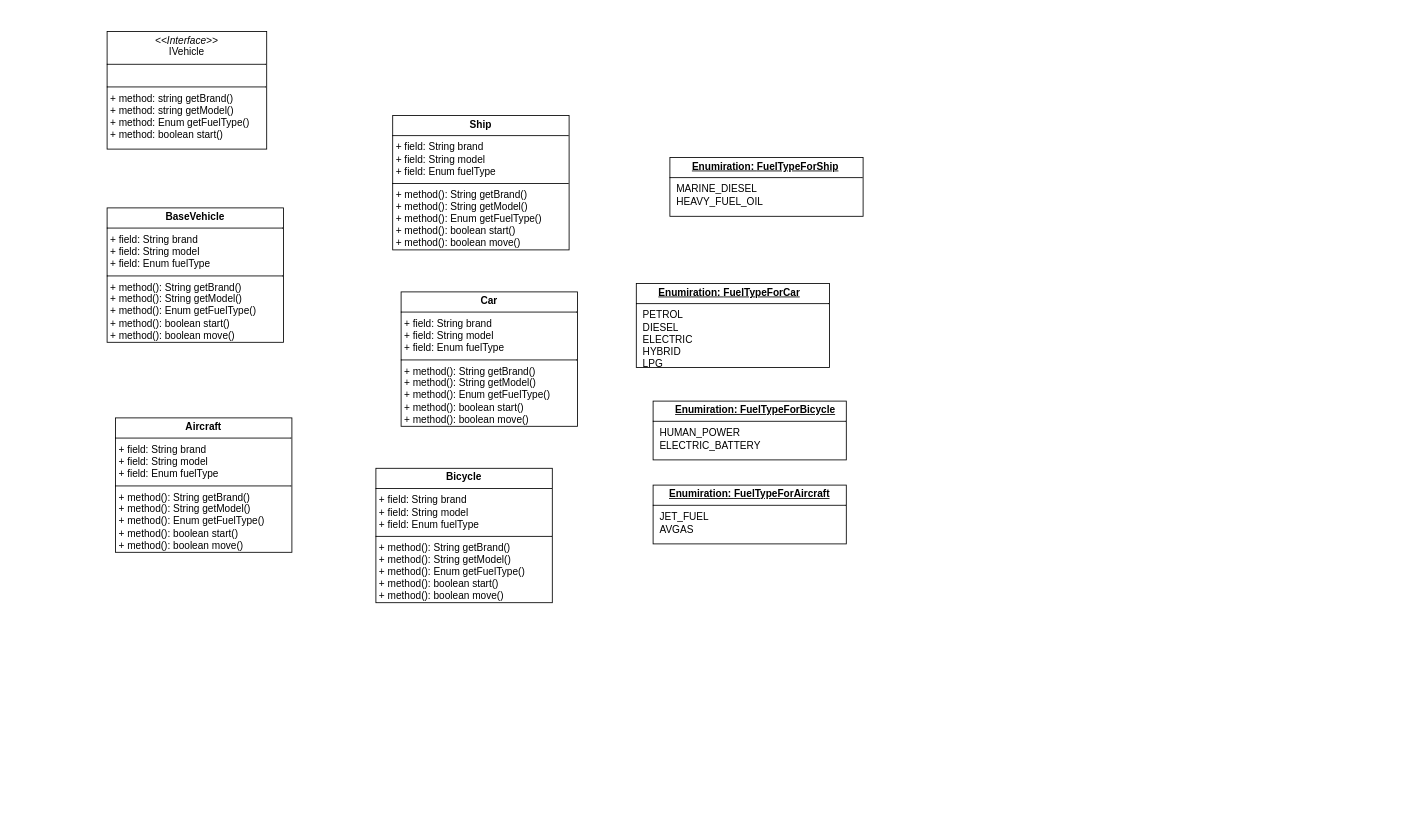
Before: VersionControlSystemsAdvancedOOP/Untitled Diagram.drawio in ilya-lobov-prog/java-Course, a draw.io diagram. Source tidied: cells renumbered, new cells numbered last; positions are measured from the earlier drawing's top-left corner, leaving out a move shared by most shapes. Both pictures are drawn from the tidied source at 84%, with x=0, y=0 at pixel (107, 31).
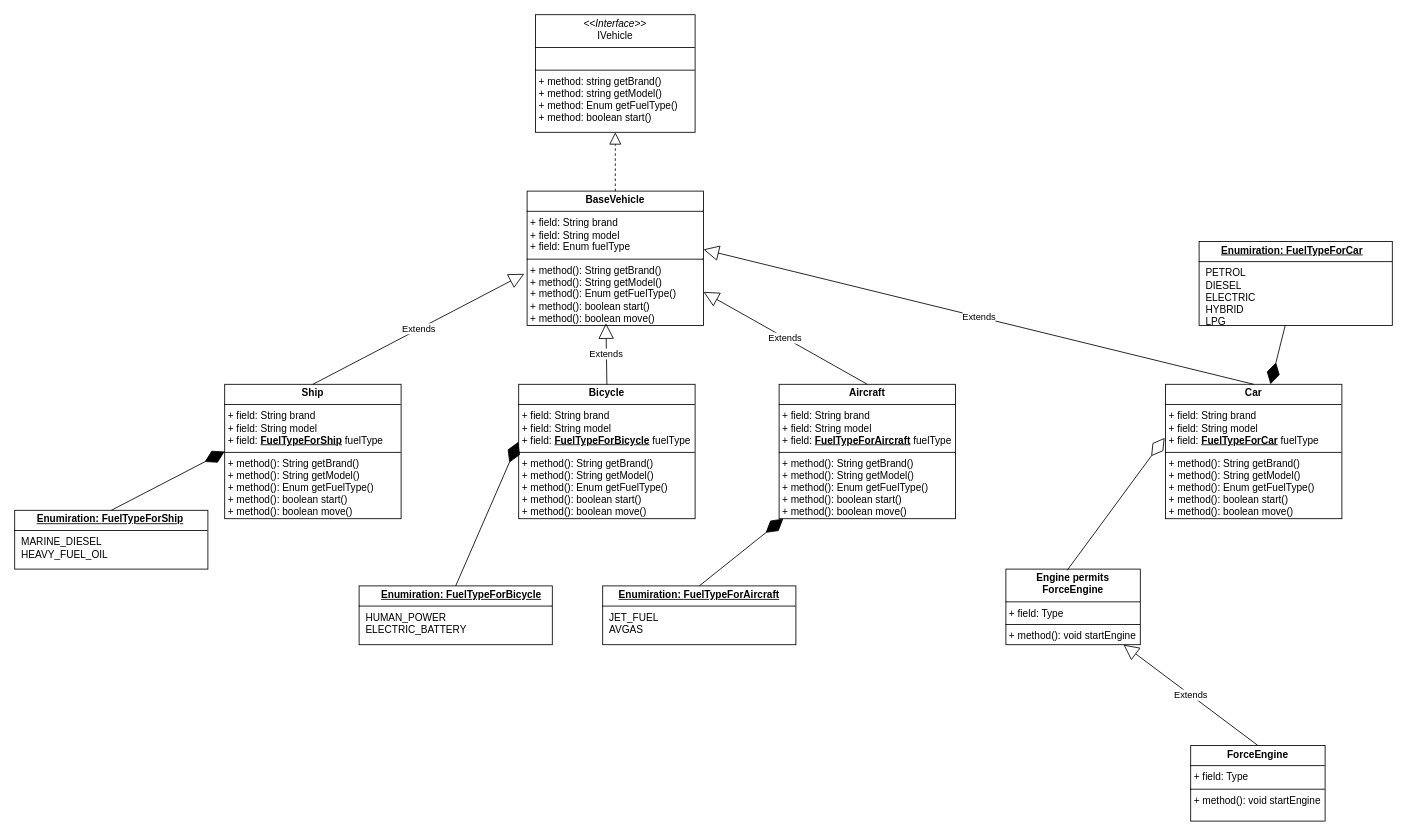
Above is the later version.

Commit message:
новая uml диаграмма

What changed in the source:
```diff
@@
     <mxCell id="2" value="&lt;p style=&quot;margin:0px;margin-top:4px;text-align:center;&quot;&gt;&lt;i&gt;&amp;lt;&amp;lt;Interface&amp;gt;&amp;gt;&lt;/i&gt;&lt;br&gt;IVehicle&lt;/p&gt;&lt;hr size=&quot;1&quot; style=&quot;border-style:solid;&quot;&gt;&lt;p style=&quot;margin:0px;margin-left:4px;&quot;&gt;&lt;br&gt;&lt;/p&gt;&lt;hr size=&quot;1&quot; style=&quot;border-style:solid;&quot;&gt;&lt;p style=&quot;margin:0px;margin-left:4px;&quot;&gt;+ method: string getBrand()&lt;/p&gt;&lt;p style=&quot;margin:0px;margin-left:4px;&quot;&gt;+ method: string getModel()&lt;br&gt;+ method: Enum getFuelType()&lt;/p&gt;&lt;p style=&quot;margin:0px;margin-left:4px;&quot;&gt;+ method:&amp;nbsp;boolean start()&lt;/p&gt;" style="verticalAlign=top;align=left;overflow=fill;html=1;whiteSpace=wrap;" parent="1" vertex="1">
-      <mxGeometry width="190" height="140" as="geometry" />
+      <mxGeometry x="510" y="-20" width="190" height="140" as="geometry" />
     </mxCell>
     <mxCell id="3" value="&lt;p style=&quot;margin:0px;margin-top:4px;text-align:center;&quot;&gt;&lt;b&gt;BaseVehicle&lt;/b&gt;&lt;/p&gt;&lt;hr size=&quot;1&quot; style=&quot;border-style:solid;&quot;&gt;&lt;p style=&quot;margin:0px;margin-left:4px;&quot;&gt;+ field: String brand&lt;/p&gt;&lt;p style=&quot;margin:0px;margin-left:4px;&quot;&gt;+ field: String model&lt;/p&gt;&lt;p style=&quot;margin:0px;margin-left:4px;&quot;&gt;+ field: Enum&amp;nbsp;fuelType&lt;/p&gt;&lt;hr size=&quot;1&quot; style=&quot;border-style:solid;&quot;&gt;&lt;p style=&quot;margin:0px;margin-left:4px;&quot;&gt;+ method(): String getBrand()&lt;/p&gt;&lt;p style=&quot;margin:0px;margin-left:4px;&quot;&gt;+ method():&amp;nbsp;String getModel()&lt;/p&gt;&lt;p style=&quot;margin:0px;margin-left:4px;&quot;&gt;+ method():&amp;nbsp;Enum getFuelType()&lt;/p&gt;&lt;p style=&quot;margin:0px;margin-left:4px;&quot;&gt;+ method():&amp;nbsp;boolean start()&lt;/p&gt;&lt;p style=&quot;margin:0px;margin-left:4px;&quot;&gt;+ method():&amp;nbsp;boolean move()&lt;/p&gt;" style="verticalAlign=top;align=left;overflow=fill;html=1;whiteSpace=wrap;" parent="1" vertex="1">
-      <mxGeometry y="210" width="210" height="160" as="geometry" />
+      <mxGeometry x="500" y="190" width="210" height="160" as="geometry" />
     </mxCell>
-    <mxCell id="4" value="&lt;p style=&quot;margin:0px;margin-top:4px;text-align:center;&quot;&gt;&lt;b&gt;Aircraft&lt;/b&gt;&lt;/p&gt;&lt;hr size=&quot;1&quot; style=&quot;border-style:solid;&quot;&gt;&lt;p style=&quot;margin:0px;margin-left:4px;&quot;&gt;+ field: String brand&lt;/p&gt;&lt;p style=&quot;margin:0px;margin-left:4px;&quot;&gt;+ field: String model&lt;/p&gt;&lt;p style=&quot;margin:0px;margin-left:4px;&quot;&gt;+ field: Enum&amp;nbsp;fuelType&lt;/p&gt;&lt;hr size=&quot;1&quot; style=&quot;border-style:solid;&quot;&gt;&lt;p style=&quot;margin:0px;margin-left:4px;&quot;&gt;+ method(): String getBrand()&lt;/p&gt;&lt;p style=&quot;margin:0px;margin-left:4px;&quot;&gt;+ method():&amp;nbsp;String getModel()&lt;/p&gt;&lt;p style=&quot;margin:0px;margin-left:4px;&quot;&gt;+ method():&amp;nbsp;Enum getFuelType()&lt;/p&gt;&lt;p style=&quot;margin:0px;margin-left:4px;&quot;&gt;+ method():&amp;nbsp;boolean start()&lt;/p&gt;&lt;p style=&quot;margin:0px;margin-left:4px;&quot;&gt;+ method():&amp;nbsp;boolean move()&lt;/p&gt;" style="verticalAlign=top;align=left;overflow=fill;html=1;whiteSpace=wrap;" parent="1" vertex="1">
-      <mxGeometry x="10" y="460" width="210" height="160" as="geometry" />
+    <mxCell id="4" value="&lt;p style=&quot;margin:0px;margin-top:4px;text-align:center;&quot;&gt;&lt;b&gt;Aircraft&lt;/b&gt;&lt;/p&gt;&lt;hr size=&quot;1&quot; style=&quot;border-style:solid;&quot;&gt;&lt;p style=&quot;margin:0px;margin-left:4px;&quot;&gt;+ field: String brand&lt;/p&gt;&lt;p style=&quot;margin:0px;margin-left:4px;&quot;&gt;+ field: String model&lt;/p&gt;&lt;p style=&quot;margin:0px;margin-left:4px;&quot;&gt;+ field:&amp;nbsp;&lt;b&gt;&lt;u&gt;FuelTypeForAircraft&lt;/u&gt;&lt;/b&gt;&amp;nbsp;fuelType&lt;/p&gt;&lt;hr size=&quot;1&quot; style=&quot;border-style:solid;&quot;&gt;&lt;p style=&quot;margin:0px;margin-left:4px;&quot;&gt;+ method(): String getBrand()&lt;/p&gt;&lt;p style=&quot;margin:0px;margin-left:4px;&quot;&gt;+ method():&amp;nbsp;String getModel()&lt;/p&gt;&lt;p style=&quot;margin:0px;margin-left:4px;&quot;&gt;+ method():&amp;nbsp;Enum getFuelType()&lt;/p&gt;&lt;p style=&quot;margin:0px;margin-left:4px;&quot;&gt;+ method():&amp;nbsp;boolean start()&lt;/p&gt;&lt;p style=&quot;margin:0px;margin-left:4px;&quot;&gt;+ method():&amp;nbsp;boolean move()&lt;/p&gt;" style="verticalAlign=top;align=left;overflow=fill;html=1;whiteSpace=wrap;" parent="1" vertex="1">
+      <mxGeometry x="800" y="420" width="210" height="160" as="geometry" />
     </mxCell>
-    <mxCell id="5" value="&lt;p style=&quot;margin:0px;margin-top:4px;text-align:center;&quot;&gt;&lt;b&gt;Bicycle&lt;/b&gt;&lt;/p&gt;&lt;hr size=&quot;1&quot; style=&quot;border-style:solid;&quot;&gt;&lt;p style=&quot;margin:0px;margin-left:4px;&quot;&gt;+ field: String brand&lt;/p&gt;&lt;p style=&quot;margin:0px;margin-left:4px;&quot;&gt;+ field: String model&lt;/p&gt;&lt;p style=&quot;margin:0px;margin-left:4px;&quot;&gt;+ field: Enum&amp;nbsp;fuelType&lt;/p&gt;&lt;hr size=&quot;1&quot; style=&quot;border-style:solid;&quot;&gt;&lt;p style=&quot;margin:0px;margin-left:4px;&quot;&gt;+ method(): String getBrand()&lt;/p&gt;&lt;p style=&quot;margin:0px;margin-left:4px;&quot;&gt;+ method():&amp;nbsp;String getModel()&lt;/p&gt;&lt;p style=&quot;margin:0px;margin-left:4px;&quot;&gt;+ method():&amp;nbsp;Enum getFuelType()&lt;/p&gt;&lt;p style=&quot;margin:0px;margin-left:4px;&quot;&gt;+ method():&amp;nbsp;boolean start()&lt;/p&gt;&lt;p style=&quot;margin:0px;margin-left:4px;&quot;&gt;+ method():&amp;nbsp;boolean move()&lt;/p&gt;" style="verticalAlign=top;align=left;overflow=fill;html=1;whiteSpace=wrap;" parent="1" vertex="1">
-      <mxGeometry x="320" y="520" width="210" height="160" as="geometry" />
+    <mxCell id="5" value="&lt;p style=&quot;margin:0px;margin-top:4px;text-align:center;&quot;&gt;&lt;b&gt;Bicycle&lt;/b&gt;&lt;/p&gt;&lt;hr size=&quot;1&quot; style=&quot;border-style:solid;&quot;&gt;&lt;p style=&quot;margin:0px;margin-left:4px;&quot;&gt;+ field: String brand&lt;/p&gt;&lt;p style=&quot;margin:0px;margin-left:4px;&quot;&gt;+ field: String model&lt;/p&gt;&lt;p style=&quot;margin:0px;margin-left:4px;&quot;&gt;+ field:&amp;nbsp;&lt;b&gt;&lt;u&gt;FuelTypeForBicycle&lt;/u&gt;&lt;/b&gt;&amp;nbsp;fuelType&lt;/p&gt;&lt;hr size=&quot;1&quot; style=&quot;border-style:solid;&quot;&gt;&lt;p style=&quot;margin:0px;margin-left:4px;&quot;&gt;+ method(): String getBrand()&lt;/p&gt;&lt;p style=&quot;margin:0px;margin-left:4px;&quot;&gt;+ method():&amp;nbsp;String getModel()&lt;/p&gt;&lt;p style=&quot;margin:0px;margin-left:4px;&quot;&gt;+ method():&amp;nbsp;Enum getFuelType()&lt;/p&gt;&lt;p style=&quot;margin:0px;margin-left:4px;&quot;&gt;+ method():&amp;nbsp;boolean start()&lt;/p&gt;&lt;p style=&quot;margin:0px;margin-left:4px;&quot;&gt;+ method():&amp;nbsp;boolean move()&lt;/p&gt;" style="verticalAlign=top;align=left;overflow=fill;html=1;whiteSpace=wrap;" parent="1" vertex="1">
+      <mxGeometry x="490" y="420" width="210" height="160" as="geometry" />
     </mxCell>
-    <mxCell id="6" value="&lt;p style=&quot;margin:0px;margin-top:4px;text-align:center;&quot;&gt;&lt;b&gt;Car&lt;/b&gt;&lt;/p&gt;&lt;hr size=&quot;1&quot; style=&quot;border-style:solid;&quot;&gt;&lt;p style=&quot;margin:0px;margin-left:4px;&quot;&gt;+ field: String brand&lt;/p&gt;&lt;p style=&quot;margin:0px;margin-left:4px;&quot;&gt;+ field: String model&lt;/p&gt;&lt;p style=&quot;margin:0px;margin-left:4px;&quot;&gt;+ field: Enum&amp;nbsp;fuelType&lt;/p&gt;&lt;hr size=&quot;1&quot; style=&quot;border-style:solid;&quot;&gt;&lt;p style=&quot;margin:0px;margin-left:4px;&quot;&gt;+ method(): String getBrand()&lt;/p&gt;&lt;p style=&quot;margin:0px;margin-left:4px;&quot;&gt;+ method():&amp;nbsp;String getModel()&lt;/p&gt;&lt;p style=&quot;margin:0px;margin-left:4px;&quot;&gt;+ method():&amp;nbsp;Enum getFuelType()&lt;/p&gt;&lt;p style=&quot;margin:0px;margin-left:4px;&quot;&gt;+ method():&amp;nbsp;boolean start()&lt;/p&gt;&lt;p style=&quot;margin:0px;margin-left:4px;&quot;&gt;+ method():&amp;nbsp;boolean move()&lt;/p&gt;" style="verticalAlign=top;align=left;overflow=fill;html=1;whiteSpace=wrap;" parent="1" vertex="1">
-      <mxGeometry x="350" y="310" width="210" height="160" as="geometry" />
+    <mxCell id="6" value="&lt;p style=&quot;margin:0px;margin-top:4px;text-align:center;&quot;&gt;&lt;b&gt;Car&lt;/b&gt;&lt;/p&gt;&lt;hr size=&quot;1&quot; style=&quot;border-style:solid;&quot;&gt;&lt;p style=&quot;margin:0px;margin-left:4px;&quot;&gt;+ field: String brand&lt;/p&gt;&lt;p style=&quot;margin:0px;margin-left:4px;&quot;&gt;+ field: String model&lt;/p&gt;&lt;p style=&quot;margin:0px;margin-left:4px;&quot;&gt;+ field:&amp;nbsp;&lt;b&gt;&lt;u&gt;FuelTypeForCar&lt;/u&gt;&lt;/b&gt;&amp;nbsp;fuelType&lt;/p&gt;&lt;hr size=&quot;1&quot; style=&quot;border-style:solid;&quot;&gt;&lt;p style=&quot;margin:0px;margin-left:4px;&quot;&gt;+ method(): String getBrand()&lt;/p&gt;&lt;p style=&quot;margin:0px;margin-left:4px;&quot;&gt;+ method():&amp;nbsp;String getModel()&lt;/p&gt;&lt;p style=&quot;margin:0px;margin-left:4px;&quot;&gt;+ method():&amp;nbsp;Enum getFuelType()&lt;/p&gt;&lt;p style=&quot;margin:0px;margin-left:4px;&quot;&gt;+ method():&amp;nbsp;boolean start()&lt;/p&gt;&lt;p style=&quot;margin:0px;margin-left:4px;&quot;&gt;+ method():&amp;nbsp;boolean move()&lt;/p&gt;" style="verticalAlign=top;align=left;overflow=fill;html=1;whiteSpace=wrap;" parent="1" vertex="1">
+      <mxGeometry x="1260" y="420" width="210" height="160" as="geometry" />
     </mxCell>
-    <mxCell id="7" value="&lt;p style=&quot;margin:0px;margin-top:4px;text-align:center;&quot;&gt;&lt;b&gt;Ship&lt;/b&gt;&lt;/p&gt;&lt;hr size=&quot;1&quot; style=&quot;border-style:solid;&quot;&gt;&lt;p style=&quot;margin:0px;margin-left:4px;&quot;&gt;+ field: String brand&lt;/p&gt;&lt;p style=&quot;margin:0px;margin-left:4px;&quot;&gt;+ field: String model&lt;/p&gt;&lt;p style=&quot;margin:0px;margin-left:4px;&quot;&gt;+ field: Enum&amp;nbsp;fuelType&lt;/p&gt;&lt;hr size=&quot;1&quot; style=&quot;border-style:solid;&quot;&gt;&lt;p style=&quot;margin:0px;margin-left:4px;&quot;&gt;+ method(): String getBrand()&lt;/p&gt;&lt;p style=&quot;margin:0px;margin-left:4px;&quot;&gt;+ method():&amp;nbsp;String getModel()&lt;/p&gt;&lt;p style=&quot;margin:0px;margin-left:4px;&quot;&gt;+ method():&amp;nbsp;Enum getFuelType()&lt;/p&gt;&lt;p style=&quot;margin:0px;margin-left:4px;&quot;&gt;+ method():&amp;nbsp;boolean start()&lt;/p&gt;&lt;p style=&quot;margin:0px;margin-left:4px;&quot;&gt;+ method():&amp;nbsp;boolean move()&lt;/p&gt;" style="verticalAlign=top;align=left;overflow=fill;html=1;whiteSpace=wrap;" parent="1" vertex="1">
-      <mxGeometry x="340" y="100" width="210" height="160" as="geometry" />
+    <mxCell id="7" value="&lt;p style=&quot;margin:0px;margin-top:4px;text-align:center;&quot;&gt;&lt;b&gt;Ship&lt;/b&gt;&lt;/p&gt;&lt;hr size=&quot;1&quot; style=&quot;border-style:solid;&quot;&gt;&lt;p style=&quot;margin:0px;margin-left:4px;&quot;&gt;+ field: String brand&lt;/p&gt;&lt;p style=&quot;margin:0px;margin-left:4px;&quot;&gt;+ field: String model&lt;/p&gt;&lt;p style=&quot;margin:0px;margin-left:4px;&quot;&gt;+ field:&amp;nbsp;&lt;b&gt;&lt;u&gt;FuelTypeForShip&lt;/u&gt;&lt;/b&gt;&amp;nbsp;fuelType&lt;/p&gt;&lt;hr size=&quot;1&quot; style=&quot;border-style:solid;&quot;&gt;&lt;p style=&quot;margin:0px;margin-left:4px;&quot;&gt;+ method(): String getBrand()&lt;/p&gt;&lt;p style=&quot;margin:0px;margin-left:4px;&quot;&gt;+ method():&amp;nbsp;String getModel()&lt;/p&gt;&lt;p style=&quot;margin:0px;margin-left:4px;&quot;&gt;+ method():&amp;nbsp;Enum getFuelType()&lt;/p&gt;&lt;p style=&quot;margin:0px;margin-left:4px;&quot;&gt;+ method():&amp;nbsp;boolean start()&lt;/p&gt;&lt;p style=&quot;margin:0px;margin-left:4px;&quot;&gt;+ method():&amp;nbsp;boolean move()&lt;/p&gt;" style="verticalAlign=top;align=left;overflow=fill;html=1;whiteSpace=wrap;" parent="1" vertex="1">
+      <mxGeometry x="140" y="420" width="210" height="160" as="geometry" />
     </mxCell>
     <mxCell id="8" value="&lt;p style=&quot;margin: 4px 0px 0px; text-align: center;&quot;&gt;&lt;b style=&quot;text-decoration-line: underline;&quot;&gt;Enumiration:&amp;nbsp;&lt;/b&gt;&lt;span style=&quot;background-color: transparent; text-align: left;&quot;&gt;&lt;b&gt;&lt;u&gt;FuelTypeForAircraft&lt;/u&gt;&lt;/b&gt;&lt;/span&gt;&lt;/p&gt;&lt;hr size=&quot;1&quot; style=&quot;border-style:solid;&quot;&gt;&lt;p style=&quot;margin:0px;margin-left:8px;&quot;&gt;JET_FUEL&lt;br&gt;AVGAS&lt;/p&gt;" style="verticalAlign=top;align=left;overflow=fill;html=1;whiteSpace=wrap;" parent="1" vertex="1">
-      <mxGeometry x="650" y="540" width="230" height="70" as="geometry" />
+      <mxGeometry x="590" y="660" width="230" height="70" as="geometry" />
     </mxCell>
     <mxCell id="9" value="&lt;p style=&quot;text-align: left; margin: 4px 0px 0px;&quot;&gt;&lt;b style=&quot;text-decoration-line: underline;&quot;&gt;&lt;span style=&quot;white-space: pre;&quot;&gt;&#9;&lt;/span&gt;Enumiration:&amp;nbsp;&lt;/b&gt;&lt;span style=&quot;background-color: transparent; text-align: left;&quot;&gt;&lt;b&gt;&lt;u&gt;FuelTypeForBicycle&lt;/u&gt;&lt;/b&gt;&lt;/span&gt;&lt;/p&gt;&lt;hr size=&quot;1&quot; style=&quot;border-style:solid;&quot;&gt;&lt;p style=&quot;margin:0px;margin-left:8px;&quot;&gt;HUMAN_POWER&lt;br&gt;ELECTRIC_BATTERY&lt;/p&gt;" style="verticalAlign=top;align=left;overflow=fill;html=1;whiteSpace=wrap;" parent="1" vertex="1">
-      <mxGeometry x="650" y="440" width="230" height="70" as="geometry" />
+      <mxGeometry x="300" y="660" width="230" height="70" as="geometry" />
     </mxCell>
     <mxCell id="10" value="&lt;p style=&quot;text-align: left; margin: 4px 0px 0px;&quot;&gt;&lt;b style=&quot;text-decoration-line: underline;&quot;&gt;&lt;span style=&quot;white-space: pre;&quot;&gt;&#9;&lt;/span&gt;Enumiration:&amp;nbsp;&lt;/b&gt;&lt;span style=&quot;background-color: transparent;&quot;&gt;&lt;b&gt;&lt;u&gt;FuelTypeForCar&lt;/u&gt;&lt;/b&gt;&lt;/span&gt;&lt;/p&gt;&lt;hr size=&quot;1&quot; style=&quot;border-style:solid;&quot;&gt;&lt;p style=&quot;margin:0px;margin-left:8px;&quot;&gt;PETROL&lt;br&gt;DIESEL&lt;/p&gt;&lt;p style=&quot;margin:0px;margin-left:8px;&quot;&gt;ELECTRIC&lt;/p&gt;&lt;p style=&quot;margin:0px;margin-left:8px;&quot;&gt;HYBRID&lt;/p&gt;&lt;p style=&quot;margin:0px;margin-left:8px;&quot;&gt;LPG&lt;/p&gt;" style="verticalAlign=top;align=left;overflow=fill;html=1;whiteSpace=wrap;" parent="1" vertex="1">
-      <mxGeometry x="630" y="300" width="230" height="100" as="geometry" />
+      <mxGeometry x="1300" y="250" width="230" height="100" as="geometry" />
     </mxCell>
     <mxCell id="11" value="&lt;p style=&quot;text-align: left; margin: 4px 0px 0px;&quot;&gt;&lt;b style=&quot;text-decoration-line: underline;&quot;&gt;&lt;span style=&quot;white-space: pre;&quot;&gt;&#9;&lt;/span&gt;Enumiration:&amp;nbsp;&lt;/b&gt;&lt;span style=&quot;background-color: transparent;&quot;&gt;&lt;b&gt;&lt;u&gt;FuelTypeForShip&lt;/u&gt;&lt;/b&gt;&lt;/span&gt;&lt;/p&gt;&lt;hr size=&quot;1&quot; style=&quot;border-style:solid;&quot;&gt;&lt;p style=&quot;margin:0px;margin-left:8px;&quot;&gt;MARINE_DIESEL&lt;br&gt;HEAVY_FUEL_OIL&lt;/p&gt;" style="verticalAlign=top;align=left;overflow=fill;html=1;whiteSpace=wrap;" parent="1" vertex="1">
-      <mxGeometry x="670" y="150" width="230" height="70" as="geometry" />
+      <mxGeometry x="-110" y="570" width="230" height="70" as="geometry" />
     </mxCell>
+    <mxCell id="12" style="endArrow=block;dashed=1;endFill=0;endSize=12;html=1;rounded=0;exitX=0.5;exitY=0;exitDx=0;exitDy=0;entryX=0.5;entryY=1;entryDx=0;entryDy=0;" parent="1" edge="1" source="3" target="2">
+      <mxGeometry relative="1" as="geometry" />
+    </mxCell>
+    <mxCell id="13" style="endArrow=diamondThin;endFill=1;endSize=24;html=1;rounded=0;exitX=0.5;exitY=0;exitDx=0;exitDy=0;" parent="1" edge="1" source="8" target="4">
+      <mxGeometry relative="1" as="geometry" />
+    </mxCell>
+    <mxCell id="14" style="endArrow=diamondThin;endFill=1;endSize=24;html=1;rounded=0;exitX=0.5;exitY=0;exitDx=0;exitDy=0;entryX=0;entryY=0.5;entryDx=0;entryDy=0;" parent="1" edge="1" source="11" target="7">
+      <mxGeometry relative="1" as="geometry" />
+    </mxCell>
+    <mxCell id="15" style="endArrow=diamondThin;endFill=1;endSize=24;html=1;rounded=0;exitX=0.5;exitY=0;exitDx=0;exitDy=0;entryX=-0.002;entryY=0.428;entryDx=0;entryDy=0;entryPerimeter=0;" parent="1" edge="1" source="9" target="5">
+      <mxGeometry relative="1" as="geometry" />
+    </mxCell>
+    <mxCell id="16" style="endArrow=diamondThin;endFill=1;endSize=24;html=1;rounded=0;" parent="1" edge="1" source="10" target="6">
+      <mxGeometry relative="1" as="geometry" />
+    </mxCell>
+    <mxCell id="17" value="&lt;p style=&quot;margin:0px;margin-top:4px;text-align:center;&quot;&gt;&lt;b&gt;Engine&amp;nbsp;&lt;/b&gt;&lt;span style=&quot;background-color: transparent; text-align: left;&quot;&gt;&lt;b&gt;permits ForceEngine&lt;/b&gt;&lt;/span&gt;&lt;/p&gt;&lt;hr size=&quot;1&quot; style=&quot;border-style:solid;&quot;&gt;&lt;p style=&quot;margin:0px;margin-left:4px;&quot;&gt;+ field: Type&lt;/p&gt;&lt;hr size=&quot;1&quot; style=&quot;border-style:solid;&quot;&gt;&lt;p style=&quot;margin:0px;margin-left:4px;&quot;&gt;+ method(): void startEngine&lt;/p&gt;" style="verticalAlign=top;align=left;overflow=fill;html=1;whiteSpace=wrap;" parent="1" vertex="1">
+      <mxGeometry x="1070" y="640" width="160" height="90" as="geometry" />
+    </mxCell>
+    <mxCell id="18" value="&lt;p style=&quot;margin:0px;margin-top:4px;text-align:center;&quot;&gt;&lt;span style=&quot;background-color: transparent; text-align: left;&quot;&gt;&lt;b&gt;ForceEngine&lt;/b&gt;&lt;/span&gt;&lt;/p&gt;&lt;hr size=&quot;1&quot; style=&quot;border-style:solid;&quot;&gt;&lt;p style=&quot;margin:0px;margin-left:4px;&quot;&gt;+ field: Type&lt;/p&gt;&lt;hr size=&quot;1&quot; style=&quot;border-style:solid;&quot;&gt;&lt;p style=&quot;margin:0px;margin-left:4px;&quot;&gt;+ method(): void startEngine&lt;/p&gt;" style="verticalAlign=top;align=left;overflow=fill;html=1;whiteSpace=wrap;" parent="1" vertex="1">
+      <mxGeometry x="1290" y="850" width="160" height="90" as="geometry" />
+    </mxCell>
+    <mxCell id="19" value="Extends" style="endArrow=block;endSize=16;endFill=0;html=1;rounded=0;exitX=0.5;exitY=0;exitDx=0;exitDy=0;" parent="1" edge="1" source="18" target="17">
+      <mxGeometry relative="1" as="geometry" />
+    </mxCell>
+    <mxCell id="20" value="Extends" style="endArrow=block;endSize=16;endFill=0;html=1;rounded=0;exitX=0.5;exitY=0;exitDx=0;exitDy=0;entryX=1;entryY=0.434;entryDx=0;entryDy=0;entryPerimeter=0;" parent="1" edge="1" source="6" target="3">
+      <mxGeometry relative="1" as="geometry" />
+    </mxCell>
+    <mxCell id="21" value="Extends" style="endArrow=block;endSize=16;endFill=0;html=1;rounded=0;exitX=0.5;exitY=0;exitDx=0;exitDy=0;entryX=1;entryY=0.75;entryDx=0;entryDy=0;" parent="1" edge="1" source="4" target="3">
+      <mxGeometry relative="1" as="geometry" />
+    </mxCell>
+    <mxCell id="22" value="Extends" style="endArrow=block;endSize=16;endFill=0;html=1;rounded=0;exitX=0.5;exitY=0;exitDx=0;exitDy=0;entryX=0.447;entryY=0.983;entryDx=0;entryDy=0;entryPerimeter=0;" parent="1" edge="1" source="5" target="3">
+      <mxGeometry relative="1" as="geometry" />
+    </mxCell>
+    <mxCell id="23" value="Extends" style="endArrow=block;endSize=16;endFill=0;html=1;rounded=0;exitX=0.5;exitY=0;exitDx=0;exitDy=0;entryX=-0.016;entryY=0.616;entryDx=0;entryDy=0;entryPerimeter=0;" parent="1" edge="1" source="7" target="3">
+      <mxGeometry relative="1" as="geometry" />
+    </mxCell>
+    <mxCell id="24" style="endArrow=diamondThin;endFill=0;endSize=24;html=1;rounded=0;entryX=-0.005;entryY=0.399;entryDx=0;entryDy=0;entryPerimeter=0;exitX=0.456;exitY=0.016;exitDx=0;exitDy=0;exitPerimeter=0;" parent="1" edge="1" source="17" target="6">
+      <mxGeometry relative="1" as="geometry" />
+    </mxCell>
```
